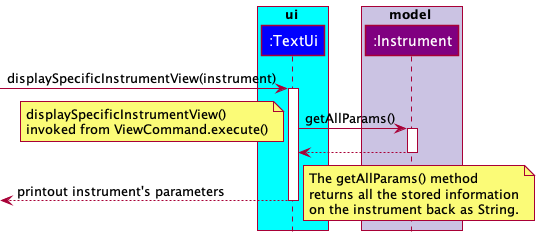
Earlier version of the PlantUML export docs/images/TextUiDisplayInstrumentAllParams.png (williamlamjy/mTracker).
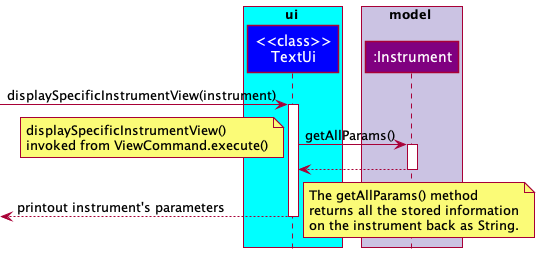
The same diagram one commit later.

Diff of the diagram source:
```diff
@@ -2,7 +2,7 @@
 !include Styles.puml
 
 box ui COLOR_LIGHT_BLUE
-participant ":TextUi" as TextUi COLOR_UI
+participant "<<class>>\nTextUi" as TextUi COLOR_UI
 end box
 
 box model COLOR_MODEL_SEGMENT
```
